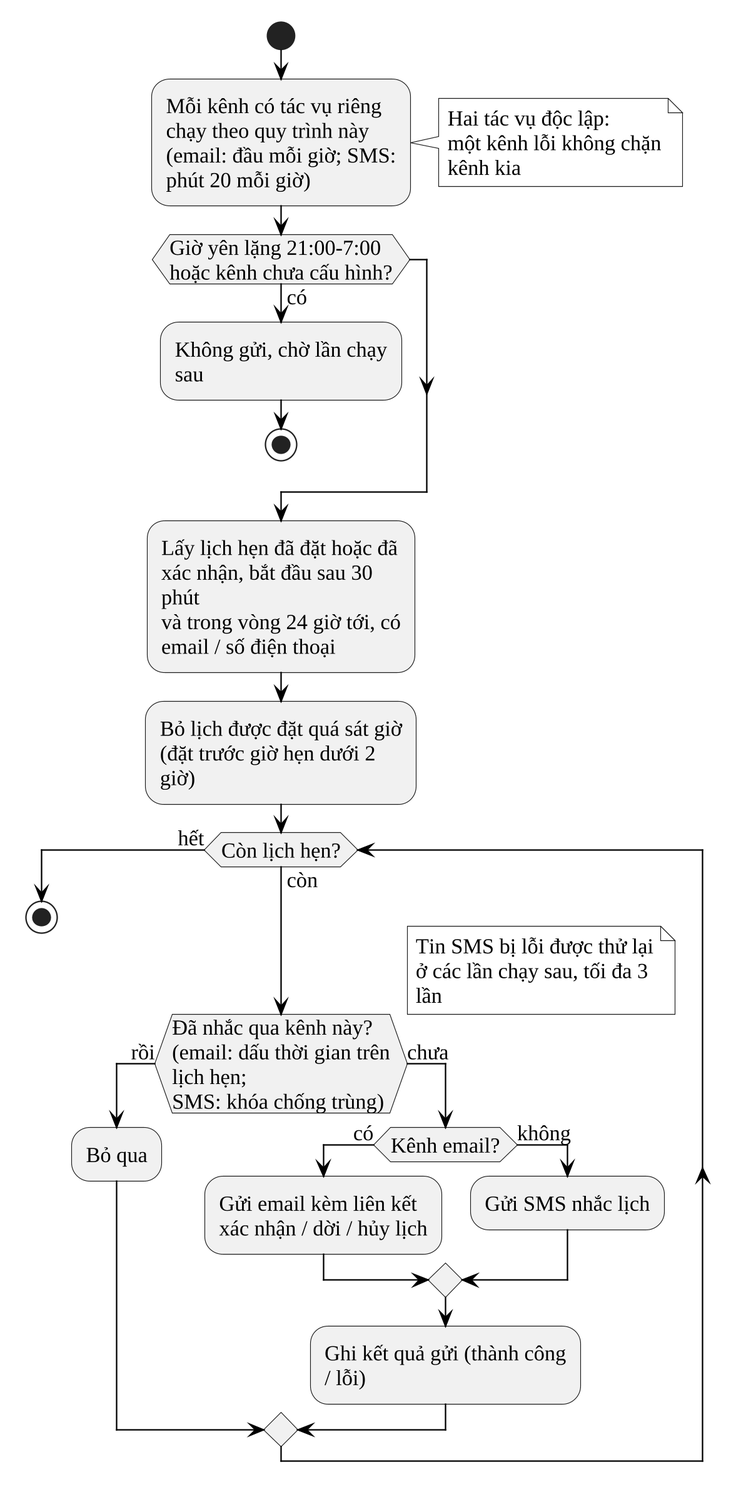
Before: docs/10_Thesis/bao-cao/hinh/3-21-hoat-dong-nhac-lich.png, a diagram exported from PlantUML (Trantuan0310/dental-clinic-nestjs-react).
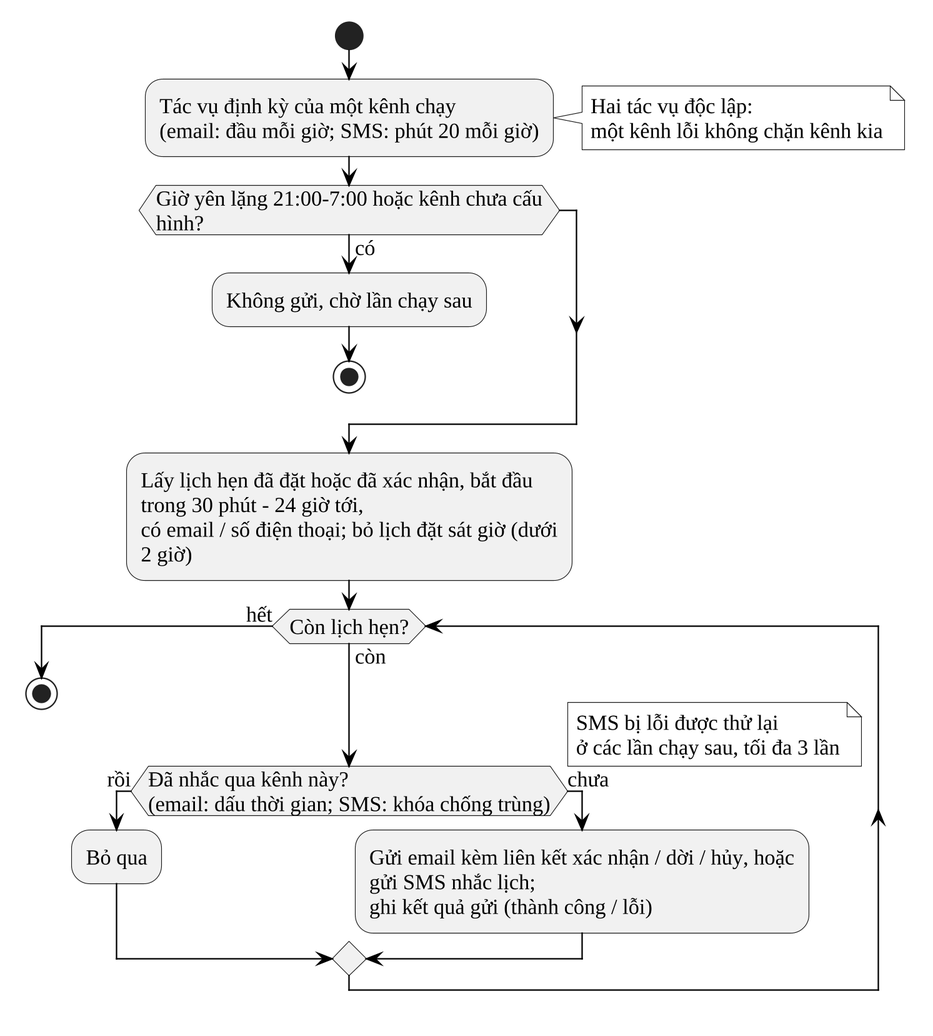
Later version of the same file.

Commit message:
Báo cáo: vẽ lại 4 sơ đồ cao (Hình 3.8, 3.9, 3.14, 3.15) cho thấp hơn, chữ in ≥ 8 pt

The edit, as a diff of the source:
```diff
@@ -1,31 +1,26 @@
 @startuml
 !include _kieu.iuml
+skinparam wrapWidth 300
 start
-:Mỗi kênh có tác vụ riêng chạy theo quy trình này\n(email: đầu mỗi giờ; SMS: phút 20 mỗi giờ);
+:Tác vụ định kỳ của một kênh chạy\n(email: đầu mỗi giờ; SMS: phút 20 mỗi giờ);
 note right
   Hai tác vụ độc lập:
   một kênh lỗi không chặn kênh kia
 end note
-if (Giờ yên lặng 21:00-7:00\nhoặc kênh chưa cấu hình?) then (có)
+if (Giờ yên lặng 21:00-7:00 hoặc kênh chưa cấu hình?) then (có)
   :Không gửi, chờ lần chạy sau;
   stop
 endif
-:Lấy lịch hẹn đã đặt hoặc đã xác nhận, bắt đầu sau 30 phút\nvà trong vòng 24 giờ tới, có email / số điện thoại;
-:Bỏ lịch được đặt quá sát giờ\n(đặt trước giờ hẹn dưới 2 giờ);
+:Lấy lịch hẹn đã đặt hoặc đã xác nhận, bắt đầu trong 30 phút - 24 giờ tới,\ncó email / số điện thoại; bỏ lịch đặt sát giờ (dưới 2 giờ);
 while (Còn lịch hẹn?) is (còn)
-  if (Đã nhắc qua kênh này?\n(email: dấu thời gian trên lịch hẹn;\nSMS: khóa chống trùng)) then (rồi)
+  if (Đã nhắc qua kênh này?\n(email: dấu thời gian; SMS: khóa chống trùng)) then (rồi)
     :Bỏ qua;
   else (chưa)
-    if (Kênh email?) then (có)
-      :Gửi email kèm liên kết\nxác nhận / dời / hủy lịch;
-    else (không)
-      :Gửi SMS nhắc lịch;
-    endif
-    :Ghi kết quả gửi (thành công / lỗi);
+    :Gửi email kèm liên kết xác nhận / dời / hủy, hoặc gửi SMS nhắc lịch;\nghi kết quả gửi (thành công / lỗi);
   endif
 endwhile (hết)
 note right
-  Tin SMS bị lỗi được thử lại
+  SMS bị lỗi được thử lại
   ở các lần chạy sau, tối đa 3 lần
 end note
 stop
```
